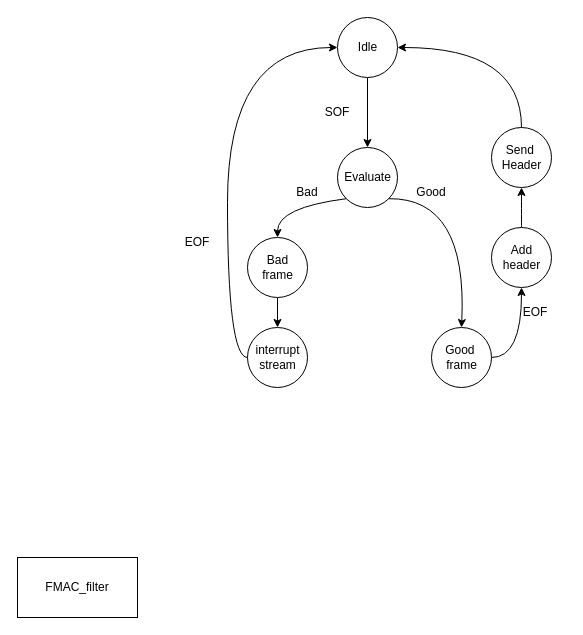
The draw.io diagram page "Page-1" (1 of 4) of Figures/Filter.drawio in s194050/FShark-Wireshark-in-an-FPGA, before the edit. Source tidied: cells renumbered, new cells numbered last; positions are measured from the earlier drawing's top-left corner, leaving out a move shared by most shapes. Both pictures are drawn from the tidied source at 100%, with x=0, y=0 at pixel (17, 17).
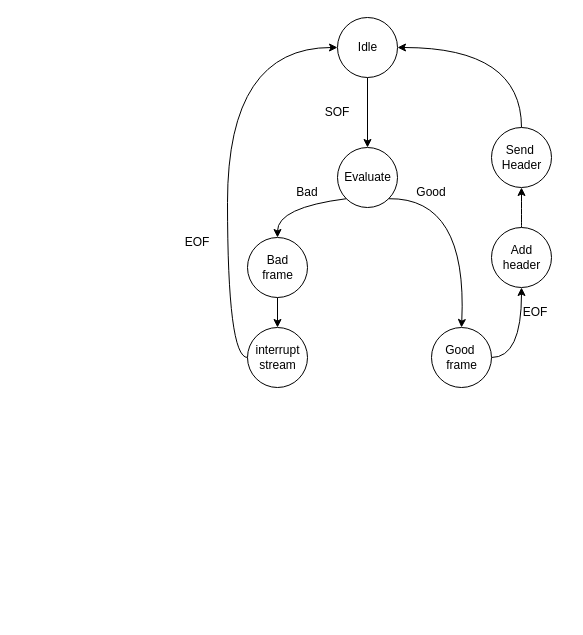
Above is the later version.

Commit message (it also covers changes not shown here):
Complete rework of filter and circular buffer

What changed in the source:
```diff
@@
-    <mxCell id="20" value="FMAC_filter" style="rounded=0;whiteSpace=wrap;html=1;" parent="1" vertex="1">
-      <mxGeometry y="540" width="120" height="60" as="geometry" />
-    </mxCell>
```
